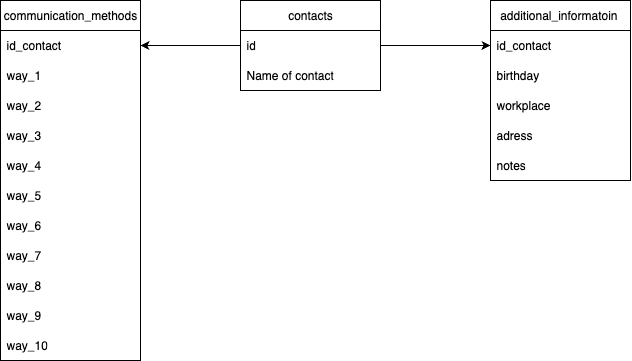
spooozy/pet-phone-book keeps this draw.io diagram as db/schema.png. Above is the earlier version. Source tidied: cells renumbered, new cells last; positions are measured from the earlier drawing's top-left corner, leaving out a move shared by most shapes. Source of this version:
```xml
<mxGraphModel>
  <root>
    <mxCell id="0" />
    <mxCell id="1" parent="0" />
    <mxCell id="2" value="contacts" style="swimlane;fontStyle=0;horizontal=1;startSize=30;whiteSpace=wrap;html=1;" parent="1" vertex="1">
      <mxGeometry x="240" width="140" height="90" as="geometry" />
    </mxCell>
    <mxCell id="3" value="id" style="text;strokeColor=none;fillColor=none;align=left;verticalAlign=middle;spacingLeft=4;spacingRight=4;overflow=hidden;points=[[0,0.5],[1,0.5]];portConstraint=eastwest;whiteSpace=wrap;html=1;" parent="2" vertex="1">
      <mxGeometry y="30" width="140" height="30" as="geometry" />
    </mxCell>
    <mxCell id="4" value="Name of contact" style="text;strokeColor=none;fillColor=none;align=left;verticalAlign=middle;spacingLeft=4;spacingRight=4;overflow=hidden;whiteSpace=wrap;html=1;" parent="2" vertex="1">
      <mxGeometry y="60" width="140" height="30" as="geometry" />
    </mxCell>
    <mxCell id="5" value="&lt;div&gt;&lt;b id=&quot;docs-internal-guid-a5fa2c85-7fff-e935-405c-da888e97a0d8&quot; style=&quot;font-weight:normal;&quot;&gt;&lt;span style=&quot;font-family: Roboto, sans-serif; color: rgb(0, 0, 0); background-color: transparent; font-weight: 400; font-style: normal; font-variant: normal; text-decoration: none; vertical-align: baseline; white-space: pre-wrap;&quot;&gt;&lt;font&gt;additional_informatoin &lt;/font&gt;&lt;/span&gt;&lt;/b&gt;&lt;br&gt;&lt;/div&gt;" style="swimlane;fontStyle=0;horizontal=1;startSize=30;whiteSpace=wrap;html=1;" parent="1" vertex="1">
      <mxGeometry x="490" width="140" height="180" as="geometry" />
    </mxCell>
    <mxCell id="6" value="id_contact" style="text;strokeColor=none;fillColor=none;align=left;verticalAlign=middle;spacingLeft=4;spacingRight=4;overflow=hidden;points=[[0,0.5],[1,0.5]];portConstraint=eastwest;whiteSpace=wrap;html=1;" parent="5" vertex="1">
      <mxGeometry y="30" width="140" height="30" as="geometry" />
    </mxCell>
    <mxCell id="7" value="birthday" style="text;strokeColor=none;fillColor=none;align=left;verticalAlign=middle;spacingLeft=4;spacingRight=4;overflow=hidden;whiteSpace=wrap;html=1;" parent="5" vertex="1">
      <mxGeometry y="60" width="140" height="30" as="geometry" />
    </mxCell>
    <mxCell id="8" value="workplace" style="text;strokeColor=none;fillColor=none;align=left;verticalAlign=middle;spacingLeft=4;spacingRight=4;overflow=hidden;whiteSpace=wrap;html=1;" parent="5" vertex="1">
      <mxGeometry y="90" width="140" height="30" as="geometry" />
    </mxCell>
    <mxCell id="9" value="adress" style="text;strokeColor=none;fillColor=none;align=left;verticalAlign=middle;spacingLeft=4;spacingRight=4;overflow=hidden;whiteSpace=wrap;html=1;" parent="5" vertex="1">
      <mxGeometry y="120" width="140" height="30" as="geometry" />
    </mxCell>
    <mxCell id="10" value="notes" style="text;strokeColor=none;fillColor=none;align=left;verticalAlign=middle;spacingLeft=4;spacingRight=4;overflow=hidden;whiteSpace=wrap;html=1;" parent="5" vertex="1">
      <mxGeometry y="150" width="140" height="30" as="geometry" />
    </mxCell>
    <mxCell id="11" value="communication_methods" style="swimlane;fontStyle=0;horizontal=1;startSize=30;whiteSpace=wrap;html=1;" parent="1" vertex="1">
      <mxGeometry width="140" height="360" as="geometry" />
    </mxCell>
    <mxCell id="12" value="id_contact" style="text;strokeColor=none;fillColor=none;align=left;verticalAlign=middle;spacingLeft=4;spacingRight=4;overflow=hidden;points=[[0,0.5],[1,0.5]];portConstraint=eastwest;whiteSpace=wrap;html=1;" parent="11" vertex="1">
      <mxGeometry y="30" width="140" height="30" as="geometry" />
    </mxCell>
    <mxCell id="13" value="way_1" style="text;strokeColor=none;fillColor=none;align=left;verticalAlign=middle;spacingLeft=4;spacingRight=4;overflow=hidden;whiteSpace=wrap;html=1;" parent="11" vertex="1">
      <mxGeometry y="60" width="140" height="30" as="geometry" />
    </mxCell>
    <mxCell id="14" value="way_2" style="text;strokeColor=none;fillColor=none;align=left;verticalAlign=middle;spacingLeft=4;spacingRight=4;overflow=hidden;whiteSpace=wrap;html=1;" parent="11" vertex="1">
      <mxGeometry y="90" width="140" height="30" as="geometry" />
    </mxCell>
    <mxCell id="15" value="way_3" style="text;strokeColor=none;fillColor=none;align=left;verticalAlign=middle;spacingLeft=4;spacingRight=4;overflow=hidden;whiteSpace=wrap;html=1;" parent="11" vertex="1">
      <mxGeometry y="120" width="140" height="30" as="geometry" />
    </mxCell>
    <mxCell id="16" value="way_4" style="text;strokeColor=none;fillColor=none;align=left;verticalAlign=middle;spacingLeft=4;spacingRight=4;overflow=hidden;whiteSpace=wrap;html=1;" parent="11" vertex="1">
      <mxGeometry y="150" width="140" height="30" as="geometry" />
    </mxCell>
    <mxCell id="17" value="way_5" style="text;strokeColor=none;fillColor=none;align=left;verticalAlign=middle;spacingLeft=4;spacingRight=4;overflow=hidden;whiteSpace=wrap;html=1;" parent="11" vertex="1">
      <mxGeometry y="180" width="140" height="30" as="geometry" />
    </mxCell>
    <mxCell id="18" value="way_6" style="text;strokeColor=none;fillColor=none;align=left;verticalAlign=middle;spacingLeft=4;spacingRight=4;overflow=hidden;whiteSpace=wrap;html=1;" parent="11" vertex="1">
      <mxGeometry y="210" width="140" height="30" as="geometry" />
    </mxCell>
    <mxCell id="19" value="way_7" style="text;strokeColor=none;fillColor=none;align=left;verticalAlign=middle;spacingLeft=4;spacingRight=4;overflow=hidden;whiteSpace=wrap;html=1;" parent="11" vertex="1">
      <mxGeometry y="240" width="140" height="30" as="geometry" />
    </mxCell>
    <mxCell id="20" value="way_8" style="text;strokeColor=none;fillColor=none;align=left;verticalAlign=middle;spacingLeft=4;spacingRight=4;overflow=hidden;whiteSpace=wrap;html=1;" parent="11" vertex="1">
      <mxGeometry y="270" width="140" height="30" as="geometry" />
    </mxCell>
    <mxCell id="21" value="way_9" style="text;strokeColor=none;fillColor=none;align=left;verticalAlign=middle;spacingLeft=4;spacingRight=4;overflow=hidden;whiteSpace=wrap;html=1;" parent="11" vertex="1">
      <mxGeometry y="300" width="140" height="30" as="geometry" />
    </mxCell>
    <mxCell id="22" value="way_10" style="text;strokeColor=none;fillColor=none;align=left;verticalAlign=middle;spacingLeft=4;spacingRight=4;overflow=hidden;whiteSpace=wrap;html=1;" parent="11" vertex="1">
      <mxGeometry y="330" width="140" height="30" as="geometry" />
    </mxCell>
    <mxCell id="23" style="endArrow=classic;html=1;rounded=0;entryX=0;entryY=0.5;entryDx=0;entryDy=0;exitX=1;exitY=0.5;exitDx=0;exitDy=0;" parent="1" edge="1" source="3" target="6">
      <mxGeometry relative="1" as="geometry" />
    </mxCell>
    <mxCell id="24" style="endArrow=classic;html=1;rounded=0;entryX=1;entryY=0.5;entryDx=0;entryDy=0;exitX=0;exitY=0.5;exitDx=0;exitDy=0;" parent="1" edge="1" source="3" target="12">
      <mxGeometry relative="1" as="geometry" />
    </mxCell>
  </root>
</mxGraphModel>
```
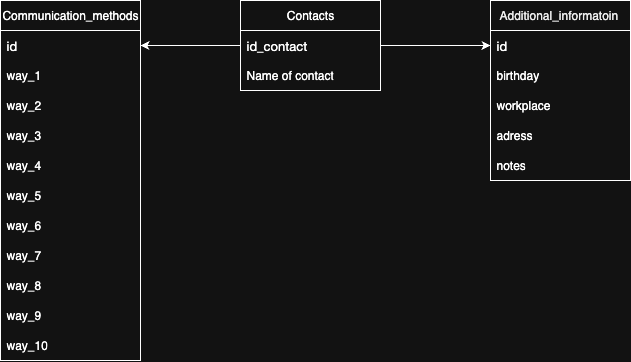
The same diagram one commit later.

Commit message:
correctly placed the id, corrected the text in the document, made the diagram drawing visible.

What changed in the source:
```diff
@@ -2,74 +2,74 @@
   <root>
     <mxCell id="0" />
     <mxCell id="1" parent="0" />
-    <mxCell id="2" value="contacts" style="swimlane;fontStyle=0;horizontal=1;startSize=30;whiteSpace=wrap;html=1;" parent="1" vertex="1">
-      <mxGeometry x="240" width="140" height="90" as="geometry" />
-    </mxCell>
-    <mxCell id="3" value="id" style="text;strokeColor=none;fillColor=none;align=left;verticalAlign=middle;spacingLeft=4;spacingRight=4;overflow=hidden;points=[[0,0.5],[1,0.5]];portConstraint=eastwest;whiteSpace=wrap;html=1;" parent="2" vertex="1">
-      <mxGeometry y="30" width="140" height="30" as="geometry" />
-    </mxCell>
+    <mxCell id="25" value="Contacts" style="swimlane;fontStyle=0;horizontal=1;startSize=30;whiteSpace=wrap;html=1;" parent="1" vertex="1">
+      <mxGeometry x="241" y="70" width="140" height="90" as="geometry" />
+    </mxCell>
+    <mxCell id="26" value="&lt;p style=&quot;margin: 0px; font-variant-numeric: normal; font-variant-east-asian: normal; font-variant-alternates: normal; font-size-adjust: none; font-kerning: auto; font-optical-sizing: auto; font-feature-settings: normal; font-variation-settings: normal; font-variant-position: normal; font-variant-emoji: normal; font-stretch: normal; font-size: 13px; line-height: normal; font-family: &amp;quot;Helvetica Neue&amp;quot;;&quot; class=&quot;p1&quot;&gt;id_contact&lt;/p&gt;" style="text;strokeColor=none;fillColor=none;align=left;verticalAlign=middle;spacingLeft=4;spacingRight=4;overflow=hidden;points=[[0,0.5],[1,0.5]];portConstraint=eastwest;whiteSpace=wrap;html=1;" parent="25" vertex="1">
+      <mxGeometry y="30" width="140" height="30" as="geometry" />
+    </mxCell>
-    <mxCell id="4" value="Name of contact" style="text;strokeColor=none;fillColor=none;align=left;verticalAlign=middle;spacingLeft=4;spacingRight=4;overflow=hidden;whiteSpace=wrap;html=1;" parent="2" vertex="1">
+    <mxCell id="4" value="Name of contact" style="text;strokeColor=none;fillColor=none;align=left;verticalAlign=middle;spacingLeft=4;spacingRight=4;overflow=hidden;whiteSpace=wrap;html=1;" parent="25" vertex="1">
       <mxGeometry y="60" width="140" height="30" as="geometry" />
     </mxCell>
-    <mxCell id="5" value="&lt;div&gt;&lt;b id=&quot;docs-internal-guid-a5fa2c85-7fff-e935-405c-da888e97a0d8&quot; style=&quot;font-weight:normal;&quot;&gt;&lt;span style=&quot;font-family: Roboto, sans-serif; color: rgb(0, 0, 0); background-color: transparent; font-weight: 400; font-style: normal; font-variant: normal; text-decoration: none; vertical-align: baseline; white-space: pre-wrap;&quot;&gt;&lt;font&gt;additional_informatoin &lt;/font&gt;&lt;/span&gt;&lt;/b&gt;&lt;br&gt;&lt;/div&gt;" style="swimlane;fontStyle=0;horizontal=1;startSize=30;whiteSpace=wrap;html=1;" parent="1" vertex="1">
-      <mxGeometry x="490" width="140" height="180" as="geometry" />
-    </mxCell>
-    <mxCell id="6" value="id_contact" style="text;strokeColor=none;fillColor=none;align=left;verticalAlign=middle;spacingLeft=4;spacingRight=4;overflow=hidden;points=[[0,0.5],[1,0.5]];portConstraint=eastwest;whiteSpace=wrap;html=1;" parent="5" vertex="1">
-      <mxGeometry y="30" width="140" height="30" as="geometry" />
-    </mxCell>
+    <mxCell id="27" value="&lt;div&gt;&lt;b id=&quot;docs-internal-guid-a5fa2c85-7fff-e935-405c-da888e97a0d8&quot; style=&quot;font-weight:normal;&quot;&gt;&lt;span style=&quot;font-family: Roboto, sans-serif; color: rgb(0, 0, 0); background-color: transparent; font-weight: 400; font-style: normal; font-variant: normal; text-decoration: none; vertical-align: baseline; white-space: pre-wrap;&quot;&gt;&lt;font&gt;Additional_informatoin &lt;/font&gt;&lt;/span&gt;&lt;/b&gt;&lt;br&gt;&lt;/div&gt;" style="swimlane;fontStyle=0;horizontal=1;startSize=30;whiteSpace=wrap;html=1;" parent="1" vertex="1">
+      <mxGeometry x="491" y="70" width="140" height="180" as="geometry" />
+    </mxCell>
+    <mxCell id="28" value="&lt;p style=&quot;margin: 0px; font-variant-numeric: normal; font-variant-east-asian: normal; font-variant-alternates: normal; font-size-adjust: none; font-kerning: auto; font-optical-sizing: auto; font-feature-settings: normal; font-variation-settings: normal; font-variant-position: normal; font-variant-emoji: normal; font-stretch: normal; font-size: 13px; line-height: normal; font-family: &amp;quot;Helvetica Neue&amp;quot;;&quot; class=&quot;p1&quot;&gt;id&lt;/p&gt;" style="text;strokeColor=none;fillColor=none;align=left;verticalAlign=middle;spacingLeft=4;spacingRight=4;overflow=hidden;points=[[0,0.5],[1,0.5]];portConstraint=eastwest;whiteSpace=wrap;html=1;" parent="27" vertex="1">
+      <mxGeometry y="30" width="140" height="30" as="geometry" />
+    </mxCell>
-    <mxCell id="7" value="birthday" style="text;strokeColor=none;fillColor=none;align=left;verticalAlign=middle;spacingLeft=4;spacingRight=4;overflow=hidden;whiteSpace=wrap;html=1;" parent="5" vertex="1">
+    <mxCell id="7" value="birthday" style="text;strokeColor=none;fillColor=none;align=left;verticalAlign=middle;spacingLeft=4;spacingRight=4;overflow=hidden;whiteSpace=wrap;html=1;" parent="27" vertex="1">
       <mxGeometry y="60" width="140" height="30" as="geometry" />
     </mxCell>
-    <mxCell id="8" value="workplace" style="text;strokeColor=none;fillColor=none;align=left;verticalAlign=middle;spacingLeft=4;spacingRight=4;overflow=hidden;whiteSpace=wrap;html=1;" parent="5" vertex="1">
+    <mxCell id="8" value="workplace" style="text;strokeColor=none;fillColor=none;align=left;verticalAlign=middle;spacingLeft=4;spacingRight=4;overflow=hidden;whiteSpace=wrap;html=1;" parent="27" vertex="1">
       <mxGeometry y="90" width="140" height="30" as="geometry" />
     </mxCell>
-    <mxCell id="9" value="adress" style="text;strokeColor=none;fillColor=none;align=left;verticalAlign=middle;spacingLeft=4;spacingRight=4;overflow=hidden;whiteSpace=wrap;html=1;" parent="5" vertex="1">
+    <mxCell id="9" value="adress" style="text;strokeColor=none;fillColor=none;align=left;verticalAlign=middle;spacingLeft=4;spacingRight=4;overflow=hidden;whiteSpace=wrap;html=1;" parent="27" vertex="1">
       <mxGeometry y="120" width="140" height="30" as="geometry" />
     </mxCell>
-    <mxCell id="10" value="notes" style="text;strokeColor=none;fillColor=none;align=left;verticalAlign=middle;spacingLeft=4;spacingRight=4;overflow=hidden;whiteSpace=wrap;html=1;" parent="5" vertex="1">
+    <mxCell id="10" value="notes" style="text;strokeColor=none;fillColor=none;align=left;verticalAlign=middle;spacingLeft=4;spacingRight=4;overflow=hidden;whiteSpace=wrap;html=1;" parent="27" vertex="1">
       <mxGeometry y="150" width="140" height="30" as="geometry" />
     </mxCell>
-    <mxCell id="11" value="communication_methods" style="swimlane;fontStyle=0;horizontal=1;startSize=30;whiteSpace=wrap;html=1;" parent="1" vertex="1">
-      <mxGeometry width="140" height="360" as="geometry" />
-    </mxCell>
-    <mxCell id="12" value="id_contact" style="text;strokeColor=none;fillColor=none;align=left;verticalAlign=middle;spacingLeft=4;spacingRight=4;overflow=hidden;points=[[0,0.5],[1,0.5]];portConstraint=eastwest;whiteSpace=wrap;html=1;" parent="11" vertex="1">
-      <mxGeometry y="30" width="140" height="30" as="geometry" />
-    </mxCell>
+    <mxCell id="29" value="Communication_methods" style="swimlane;fontStyle=0;horizontal=1;startSize=30;whiteSpace=wrap;html=1;" parent="1" vertex="1">
+      <mxGeometry x="1" y="70" width="140" height="360" as="geometry" />
+    </mxCell>
+    <mxCell id="30" value="&lt;p style=&quot;margin: 0px; font-variant-numeric: normal; font-variant-east-asian: normal; font-variant-alternates: normal; font-size-adjust: none; font-kerning: auto; font-optical-sizing: auto; font-feature-settings: normal; font-variation-settings: normal; font-variant-position: normal; font-variant-emoji: normal; font-stretch: normal; font-size: 13px; line-height: normal; font-family: &amp;quot;Helvetica Neue&amp;quot;;&quot; class=&quot;p1&quot;&gt;id&lt;/p&gt;" style="text;strokeColor=none;fillColor=none;align=left;verticalAlign=middle;spacingLeft=4;spacingRight=4;overflow=hidden;points=[[0,0.5],[1,0.5]];portConstraint=eastwest;whiteSpace=wrap;html=1;" parent="29" vertex="1">
+      <mxGeometry y="30" width="140" height="30" as="geometry" />
+    </mxCell>
-    <mxCell id="13" value="way_1" style="text;strokeColor=none;fillColor=none;align=left;verticalAlign=middle;spacingLeft=4;spacingRight=4;overflow=hidden;whiteSpace=wrap;html=1;" parent="11" vertex="1">
+    <mxCell id="13" value="way_1" style="text;strokeColor=none;fillColor=none;align=left;verticalAlign=middle;spacingLeft=4;spacingRight=4;overflow=hidden;whiteSpace=wrap;html=1;" parent="29" vertex="1">
       <mxGeometry y="60" width="140" height="30" as="geometry" />
     </mxCell>
-    <mxCell id="14" value="way_2" style="text;strokeColor=none;fillColor=none;align=left;verticalAlign=middle;spacingLeft=4;spacingRight=4;overflow=hidden;whiteSpace=wrap;html=1;" parent="11" vertex="1">
+    <mxCell id="14" value="way_2" style="text;strokeColor=none;fillColor=none;align=left;verticalAlign=middle;spacingLeft=4;spacingRight=4;overflow=hidden;whiteSpace=wrap;html=1;" parent="29" vertex="1">
       <mxGeometry y="90" width="140" height="30" as="geometry" />
     </mxCell>
-    <mxCell id="15" value="way_3" style="text;strokeColor=none;fillColor=none;align=left;verticalAlign=middle;spacingLeft=4;spacingRight=4;overflow=hidden;whiteSpace=wrap;html=1;" parent="11" vertex="1">
+    <mxCell id="15" value="way_3" style="text;strokeColor=none;fillColor=none;align=left;verticalAlign=middle;spacingLeft=4;spacingRight=4;overflow=hidden;whiteSpace=wrap;html=1;" parent="29" vertex="1">
       <mxGeometry y="120" width="140" height="30" as="geometry" />
     </mxCell>
-    <mxCell id="16" value="way_4" style="text;strokeColor=none;fillColor=none;align=left;verticalAlign=middle;spacingLeft=4;spacingRight=4;overflow=hidden;whiteSpace=wrap;html=1;" parent="11" vertex="1">
+    <mxCell id="16" value="way_4" style="text;strokeColor=none;fillColor=none;align=left;verticalAlign=middle;spacingLeft=4;spacingRight=4;overflow=hidden;whiteSpace=wrap;html=1;" parent="29" vertex="1">
       <mxGeometry y="150" width="140" height="30" as="geometry" />
     </mxCell>
-    <mxCell id="17" value="way_5" style="text;strokeColor=none;fillColor=none;align=left;verticalAlign=middle;spacingLeft=4;spacingRight=4;overflow=hidden;whiteSpace=wrap;html=1;" parent="11" vertex="1">
+    <mxCell id="17" value="way_5" style="text;strokeColor=none;fillColor=none;align=left;verticalAlign=middle;spacingLeft=4;spacingRight=4;overflow=hidden;whiteSpace=wrap;html=1;" parent="29" vertex="1">
       <mxGeometry y="180" width="140" height="30" as="geometry" />
     </mxCell>
-    <mxCell id="18" value="way_6" style="text;strokeColor=none;fillColor=none;align=left;verticalAlign=middle;spacingLeft=4;spacingRight=4;overflow=hidden;whiteSpace=wrap;html=1;" parent="11" vertex="1">
+    <mxCell id="18" value="way_6" style="text;strokeColor=none;fillColor=none;align=left;verticalAlign=middle;spacingLeft=4;spacingRight=4;overflow=hidden;whiteSpace=wrap;html=1;" parent="29" vertex="1">
       <mxGeometry y="210" width="140" height="30" as="geometry" />
     </mxCell>
-    <mxCell id="19" value="way_7" style="text;strokeColor=none;fillColor=none;align=left;verticalAlign=middle;spacingLeft=4;spacingRight=4;overflow=hidden;whiteSpace=wrap;html=1;" parent="11" vertex="1">
+    <mxCell id="19" value="way_7" style="text;strokeColor=none;fillColor=none;align=left;verticalAlign=middle;spacingLeft=4;spacingRight=4;overflow=hidden;whiteSpace=wrap;html=1;" parent="29" vertex="1">
       <mxGeometry y="240" width="140" height="30" as="geometry" />
     </mxCell>
-    <mxCell id="20" value="way_8" style="text;strokeColor=none;fillColor=none;align=left;verticalAlign=middle;spacingLeft=4;spacingRight=4;overflow=hidden;whiteSpace=wrap;html=1;" parent="11" vertex="1">
+    <mxCell id="20" value="way_8" style="text;strokeColor=none;fillColor=none;align=left;verticalAlign=middle;spacingLeft=4;spacingRight=4;overflow=hidden;whiteSpace=wrap;html=1;" parent="29" vertex="1">
       <mxGeometry y="270" width="140" height="30" as="geometry" />
     </mxCell>
-    <mxCell id="21" value="way_9" style="text;strokeColor=none;fillColor=none;align=left;verticalAlign=middle;spacingLeft=4;spacingRight=4;overflow=hidden;whiteSpace=wrap;html=1;" parent="11" vertex="1">
+    <mxCell id="21" value="way_9" style="text;strokeColor=none;fillColor=none;align=left;verticalAlign=middle;spacingLeft=4;spacingRight=4;overflow=hidden;whiteSpace=wrap;html=1;" parent="29" vertex="1">
       <mxGeometry y="300" width="140" height="30" as="geometry" />
     </mxCell>
-    <mxCell id="22" value="way_10" style="text;strokeColor=none;fillColor=none;align=left;verticalAlign=middle;spacingLeft=4;spacingRight=4;overflow=hidden;whiteSpace=wrap;html=1;" parent="11" vertex="1">
+    <mxCell id="22" value="way_10" style="text;strokeColor=none;fillColor=none;align=left;verticalAlign=middle;spacingLeft=4;spacingRight=4;overflow=hidden;whiteSpace=wrap;html=1;" parent="29" vertex="1">
       <mxGeometry y="330" width="140" height="30" as="geometry" />
     </mxCell>
-    <mxCell id="23" style="endArrow=classic;html=1;rounded=0;entryX=0;entryY=0.5;entryDx=0;entryDy=0;exitX=1;exitY=0.5;exitDx=0;exitDy=0;" parent="1" edge="1" source="3" target="6">
-      <mxGeometry relative="1" as="geometry" />
-    </mxCell>
-    <mxCell id="24" style="endArrow=classic;html=1;rounded=0;entryX=1;entryY=0.5;entryDx=0;entryDy=0;exitX=0;exitY=0.5;exitDx=0;exitDy=0;" parent="1" edge="1" source="3" target="12">
-      <mxGeometry relative="1" as="geometry" />
-    </mxCell>
+    <mxCell id="31" style="endArrow=classic;html=1;rounded=0;entryX=0;entryY=0.5;entryDx=0;entryDy=0;exitX=1;exitY=0.5;exitDx=0;exitDy=0;" parent="1" edge="1" source="26" target="28">
+      <mxGeometry relative="1" as="geometry" />
+    </mxCell>
+    <mxCell id="32" style="endArrow=classic;html=1;rounded=0;entryX=1;entryY=0.5;entryDx=0;entryDy=0;exitX=0;exitY=0.5;exitDx=0;exitDy=0;" parent="1" edge="1" source="26" target="30">
+      <mxGeometry relative="1" as="geometry" />
+    </mxCell>
   </root>
 </mxGraphModel>
```
